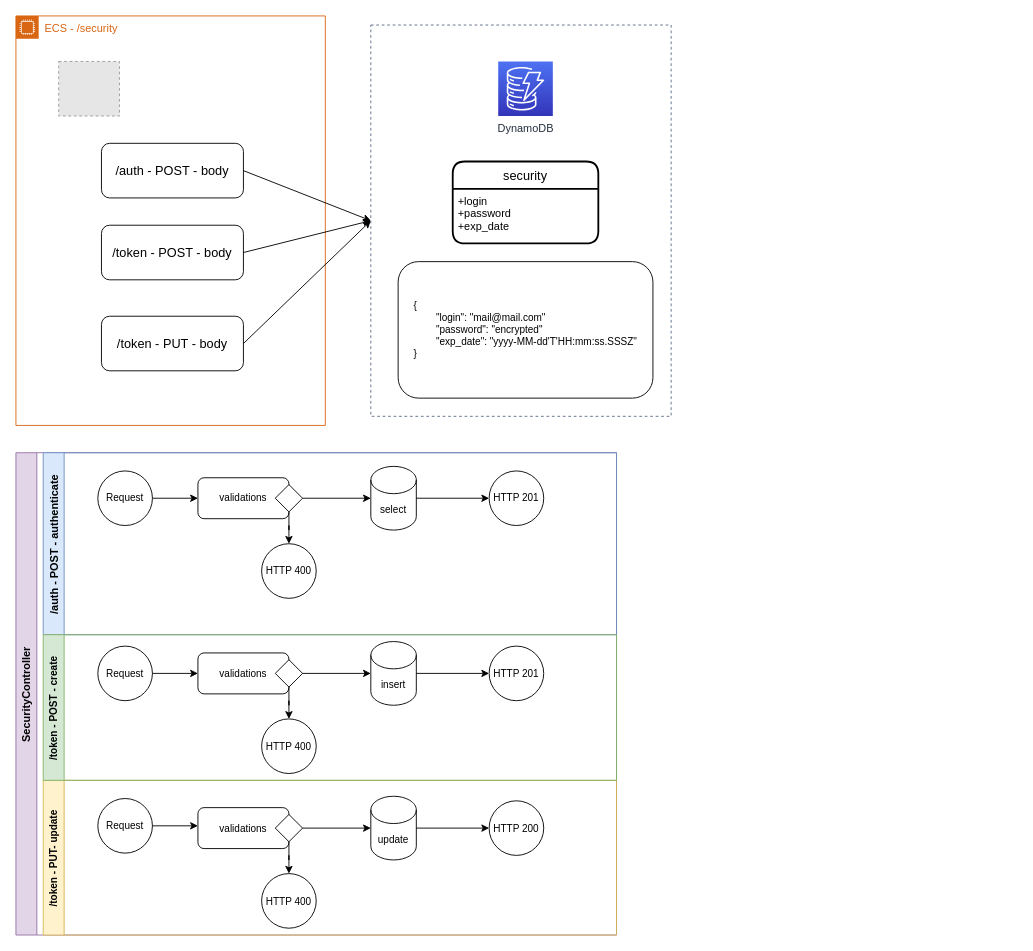
Above: page "microservice - security" (4 of 6) of ecommerce/ecommerce.drawio in ronaldoronie-builders/drawio (draw.io), before the change. Source tidied: cells renumbered, new cells numbered last; positions are measured from the earlier drawing's top-left corner, leaving out a move shared by most shapes. Both pictures are drawn from the tidied source at 91%, with x=0, y=0 at pixel (15, 15). Pictures stored in the file or linked from it are replaced by grey dashed boxes.
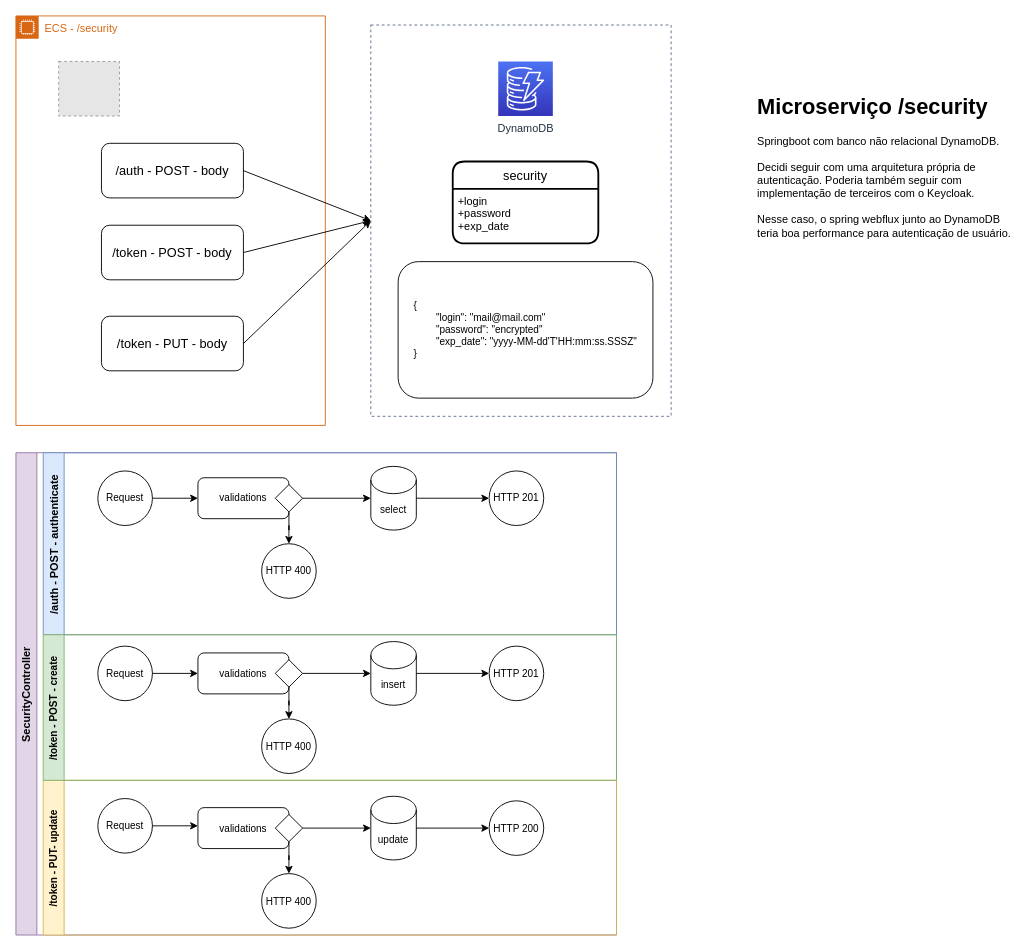
The same diagram, later.

What changed in the source:
```diff
@@
+    <mxCell id="51" value="&lt;h1&gt;Microserviço /security&lt;/h1&gt;&lt;div&gt;Springboot com banco não relacional DynamoDB.&lt;/div&gt;&lt;div&gt;&lt;br&gt;&lt;/div&gt;&lt;div&gt;Decidi seguir com uma arquitetura própria de autenticação. Poderia também seguir com implementação de terceiros com o Keycloak.&lt;/div&gt;&lt;div&gt;&lt;br&gt;&lt;/div&gt;&lt;div&gt;Nesse caso, o spring webflux junto ao DynamoDB teria boa performance para autenticação de usuário.&lt;/div&gt;" style="text;html=1;strokeColor=none;fillColor=none;spacing=5;spacingTop=-20;whiteSpace=wrap;overflow=hidden;rounded=0;" parent="1" vertex="1">
+      <mxGeometry x="810" y="80" width="290" height="170" as="geometry" />
+    </mxCell>
```
